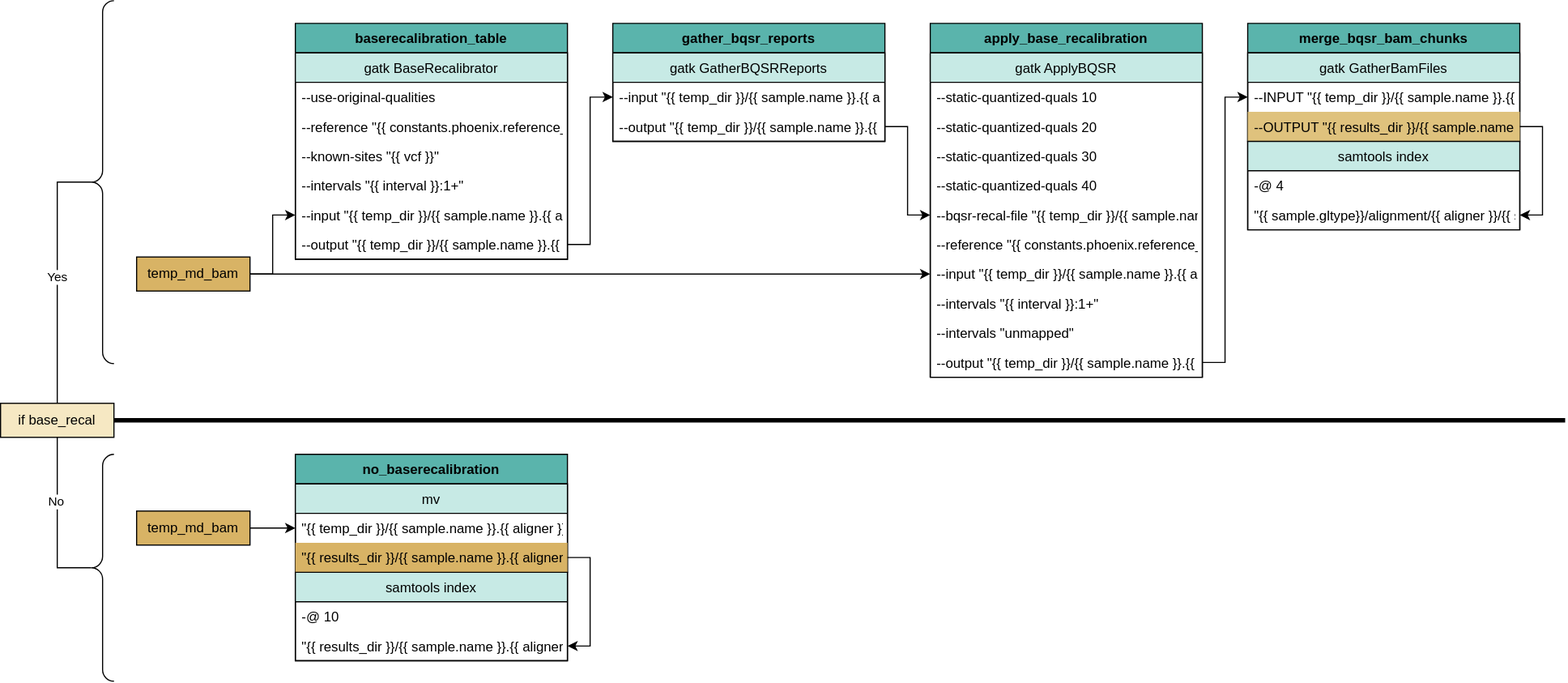
Earlier version of the draw.io export docs/source/phoenix/workflows/embed/Alignment_gatk_baserecalibration.svg (bryce-turner/tgen-jetstream-docs). Source tidied: cells renumbered, new cells last; positions are measured from the earlier drawing's top-left corner, leaving out a move shared by most shapes.
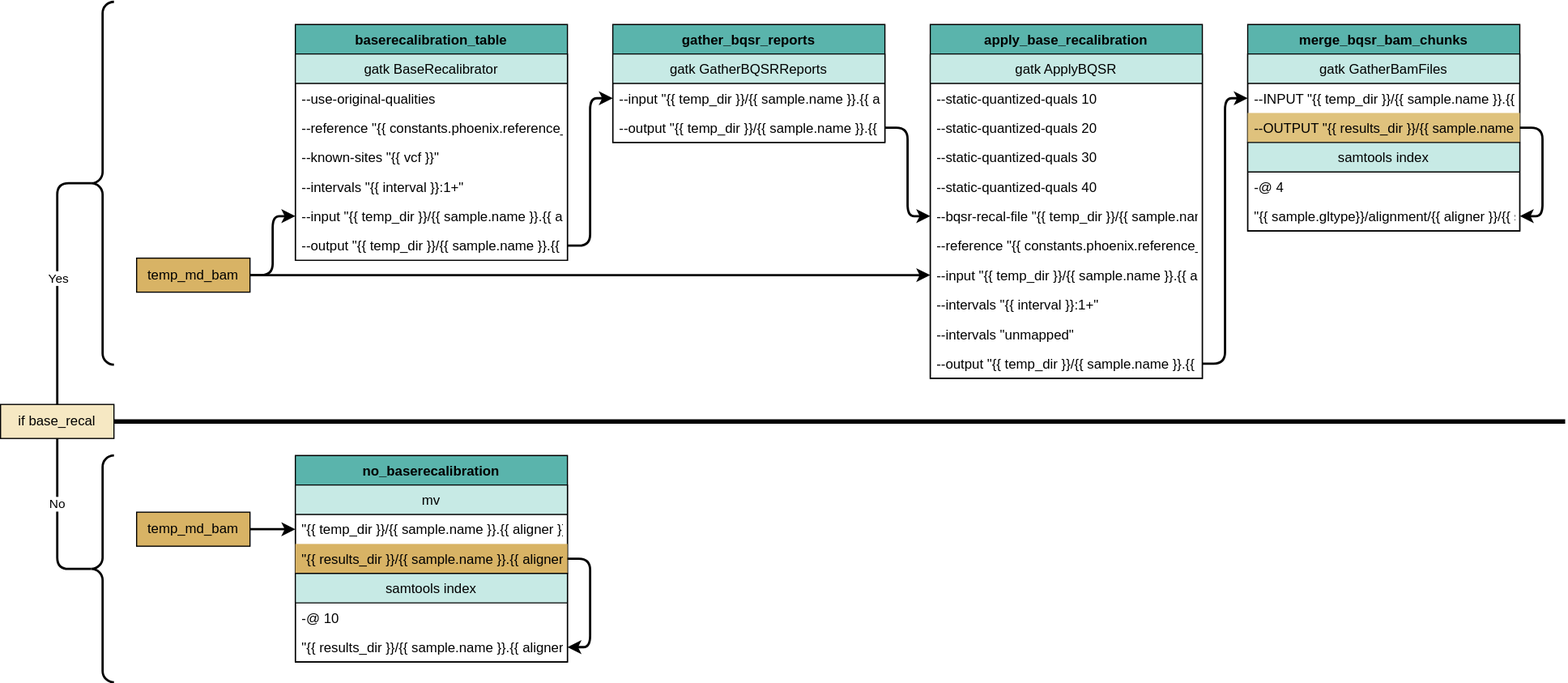
The same diagram one commit later.

Change to the diagram source:
```diff
@@ -2,10 +2,10 @@
   <root>
     <mxCell id="0" />
     <mxCell id="1" parent="0" />
-    <mxCell id="2" style="edgeStyle=orthogonalEdgeStyle;rounded=0;jettySize=auto;html=1;exitX=1;exitY=0.5;exitDx=0;exitDy=0;entryX=0;entryY=0.5;entryDx=0;entryDy=0;" parent="1" edge="1" source="4" target="11">
+    <mxCell id="2" style="edgeStyle=orthogonalEdgeStyle;rounded=1;jettySize=auto;html=1;exitX=1;exitY=0.5;exitDx=0;exitDy=0;entryX=0;entryY=0.5;entryDx=0;entryDy=0;strokeWidth=2;" parent="1" edge="1" source="4" target="11">
       <mxGeometry relative="1" as="geometry" />
     </mxCell>
-    <mxCell id="3" style="edgeStyle=orthogonalEdgeStyle;rounded=0;jettySize=auto;html=1;exitX=1;exitY=0.5;exitDx=0;exitDy=0;entryX=0;entryY=0.5;entryDx=0;entryDy=0;" parent="1" edge="1" source="4" target="26">
+    <mxCell id="3" style="edgeStyle=orthogonalEdgeStyle;rounded=1;jettySize=auto;html=1;exitX=1;exitY=0.5;exitDx=0;exitDy=0;entryX=0;entryY=0.5;entryDx=0;entryDy=0;strokeWidth=2;" parent="1" edge="1" source="4" target="26">
       <mxGeometry relative="1" as="geometry" />
     </mxCell>
     <mxCell id="4" value="temp_md_bam" style="whiteSpace=wrap;html=1;fillColor=#d8b365;" parent="1" vertex="1">
@@ -109,16 +109,16 @@
     <mxCell id="36" value="&quot;{{ sample.gltype}}/alignment/{{ aligner }}/{{ sample.name }}/{{ sample.name }}.{{ aligner }}.bam&quot;" style="text;strokeColor=none;fillColor=none;align=left;verticalAlign=top;spacingLeft=4;spacingRight=4;overflow=hidden;points=[[0,0.5],[1,0.5]];portConstraint=eastwest;" parent="34" vertex="1">
       <mxGeometry y="52" width="240" height="26" as="geometry" />
     </mxCell>
-    <mxCell id="37" style="edgeStyle=orthogonalEdgeStyle;rounded=0;jettySize=auto;html=1;exitX=1;exitY=0.5;exitDx=0;exitDy=0;entryX=1;entryY=0.5;entryDx=0;entryDy=0;" parent="30" edge="1" source="33" target="36">
+    <mxCell id="37" style="edgeStyle=orthogonalEdgeStyle;rounded=1;jettySize=auto;html=1;exitX=1;exitY=0.5;exitDx=0;exitDy=0;entryX=1;entryY=0.5;entryDx=0;entryDy=0;strokeWidth=2;" parent="30" edge="1" source="33" target="36">
       <mxGeometry relative="1" as="geometry" />
     </mxCell>
-    <mxCell id="38" style="edgeStyle=orthogonalEdgeStyle;rounded=0;jettySize=auto;html=1;exitX=1;exitY=0.5;exitDx=0;exitDy=0;entryX=0;entryY=0.5;entryDx=0;entryDy=0;" parent="1" edge="1" source="12" target="15">
+    <mxCell id="38" style="edgeStyle=orthogonalEdgeStyle;rounded=1;jettySize=auto;html=1;exitX=1;exitY=0.5;exitDx=0;exitDy=0;entryX=0;entryY=0.5;entryDx=0;entryDy=0;strokeWidth=2;" parent="1" edge="1" source="12" target="15">
       <mxGeometry relative="1" as="geometry" />
     </mxCell>
-    <mxCell id="39" style="edgeStyle=orthogonalEdgeStyle;rounded=0;jettySize=auto;html=1;exitX=1;exitY=0.5;exitDx=0;exitDy=0;entryX=0;entryY=0.5;entryDx=0;entryDy=0;" parent="1" edge="1" source="16" target="24">
+    <mxCell id="39" style="edgeStyle=orthogonalEdgeStyle;rounded=1;jettySize=auto;html=1;exitX=1;exitY=0.5;exitDx=0;exitDy=0;entryX=0;entryY=0.5;entryDx=0;entryDy=0;strokeWidth=2;" parent="1" edge="1" source="16" target="24">
       <mxGeometry relative="1" as="geometry" />
     </mxCell>
-    <mxCell id="40" style="edgeStyle=orthogonalEdgeStyle;rounded=0;jettySize=auto;html=1;exitX=1;exitY=0.5;exitDx=0;exitDy=0;entryX=0;entryY=0.5;entryDx=0;entryDy=0;" parent="1" edge="1" source="29" target="32">
+    <mxCell id="40" style="edgeStyle=orthogonalEdgeStyle;rounded=1;jettySize=auto;html=1;exitX=1;exitY=0.5;exitDx=0;exitDy=0;entryX=0;entryY=0.5;entryDx=0;entryDy=0;strokeWidth=2;" parent="1" edge="1" source="29" target="32">
       <mxGeometry relative="1" as="geometry" />
     </mxCell>
     <mxCell id="41" value="no_baserecalibration" style="swimlane;fontStyle=1;horizontal=1;startSize=26;fillColor=#5ab4ac;direction=east;" parent="1" vertex="1">
@@ -142,22 +142,22 @@
     <mxCell id="47" value="&quot;{{ results_dir }}/{{ sample.name }}.{{ aligner }}.bam&quot;" style="text;strokeColor=none;fillColor=none;align=left;verticalAlign=top;spacingLeft=4;spacingRight=4;overflow=hidden;points=[[0,0.5],[1,0.5]];portConstraint=eastwest;" parent="45" vertex="1">
       <mxGeometry y="52" width="240" height="26" as="geometry" />
     </mxCell>
-    <mxCell id="48" style="edgeStyle=orthogonalEdgeStyle;rounded=0;jettySize=auto;html=1;exitX=1;exitY=0.5;exitDx=0;exitDy=0;entryX=1;entryY=0.5;entryDx=0;entryDy=0;" parent="41" edge="1" source="44" target="47">
+    <mxCell id="48" style="edgeStyle=orthogonalEdgeStyle;rounded=1;jettySize=auto;html=1;exitX=1;exitY=0.5;exitDx=0;exitDy=0;entryX=1;entryY=0.5;entryDx=0;entryDy=0;strokeWidth=2;" parent="41" edge="1" source="44" target="47">
       <mxGeometry relative="1" as="geometry" />
     </mxCell>
-    <mxCell id="49" style="edgeStyle=orthogonalEdgeStyle;rounded=0;jettySize=auto;html=1;exitX=1;exitY=0.5;exitDx=0;exitDy=0;entryX=0;entryY=0.5;entryDx=0;entryDy=0;" parent="1" edge="1" source="50" target="43">
+    <mxCell id="49" style="edgeStyle=orthogonalEdgeStyle;rounded=1;jettySize=auto;html=1;exitX=1;exitY=0.5;exitDx=0;exitDy=0;entryX=0;entryY=0.5;entryDx=0;entryDy=0;strokeWidth=2;" parent="1" edge="1" source="50" target="43">
       <mxGeometry relative="1" as="geometry" />
     </mxCell>
     <mxCell id="50" value="temp_md_bam" style="whiteSpace=wrap;html=1;fillColor=#d8b365;" parent="1" vertex="1">
       <mxGeometry x="120" y="450" width="100" height="30" as="geometry" />
     </mxCell>
-    <mxCell id="51" style="edgeStyle=orthogonalEdgeStyle;rounded=0;jettySize=auto;html=1;exitX=0.5;exitY=0;exitDx=0;exitDy=0;entryX=0.5;entryY=0.004;entryDx=0;entryDy=0;entryPerimeter=0;endArrow=none;endFill=0;" parent="1" edge="1" source="55" target="57">
+    <mxCell id="51" style="edgeStyle=orthogonalEdgeStyle;rounded=1;jettySize=auto;html=1;exitX=0.5;exitY=0;exitDx=0;exitDy=0;entryX=0.5;entryY=0.004;entryDx=0;entryDy=0;entryPerimeter=0;endArrow=none;endFill=0;strokeWidth=2;" parent="1" edge="1" source="55" target="57">
       <mxGeometry relative="1" as="geometry" />
     </mxCell>
     <mxCell id="52" value="Yes" style="edgeLabel;html=1;align=center;verticalAlign=middle;" parent="51" vertex="1">
       <mxGeometry x="-0.01" relative="1" as="geometry" />
     </mxCell>
-    <mxCell id="53" style="edgeStyle=orthogonalEdgeStyle;rounded=0;jettySize=auto;html=1;exitX=0.5;exitY=1;exitDx=0;exitDy=0;entryX=0.5;entryY=-0.003;entryDx=0;entryDy=0;entryPerimeter=0;endArrow=none;endFill=0;" parent="1" edge="1" source="55" target="58">
+    <mxCell id="53" style="edgeStyle=orthogonalEdgeStyle;rounded=1;jettySize=auto;html=1;exitX=0.5;exitY=1;exitDx=0;exitDy=0;entryX=0.5;entryY=-0.003;entryDx=0;entryDy=0;entryPerimeter=0;endArrow=none;endFill=0;strokeWidth=2;" parent="1" edge="1" source="55" target="58">
       <mxGeometry relative="1" as="geometry" />
     </mxCell>
     <mxCell id="54" value="No" style="edgeLabel;html=1;align=center;verticalAlign=middle;" parent="53" vertex="1">
@@ -169,10 +169,10 @@
     <mxCell id="56" style="line;strokeWidth=4;fillColor=none;align=left;verticalAlign=middle;spacingTop=-1;spacingLeft=3;spacingRight=3;labelPosition=right;fontSize=13;" parent="1" vertex="1">
       <mxGeometry x="100" y="366" width="1280" height="8" as="geometry" />
     </mxCell>
-    <mxCell id="57" style="labelPosition=right;align=left;strokeWidth=1;shape=mxgraph.mockup.markup.curlyBrace;html=1;shadow=0;dashed=0;strokeColor=default;direction=north;fillColor=none;" parent="1" vertex="1">
+    <mxCell id="57" style="labelPosition=right;align=left;strokeWidth=2;shape=mxgraph.mockup.markup.curlyBrace;html=1;shadow=0;dashed=0;strokeColor=default;direction=north;fillColor=none;" parent="1" vertex="1">
       <mxGeometry x="80" width="20" height="320" as="geometry" />
     </mxCell>
-    <mxCell id="58" style="labelPosition=right;align=left;strokeWidth=1;shape=mxgraph.mockup.markup.curlyBrace;html=1;shadow=0;dashed=0;strokeColor=default;direction=north;fillColor=none;" parent="1" vertex="1">
+    <mxCell id="58" style="labelPosition=right;align=left;strokeWidth=2;shape=mxgraph.mockup.markup.curlyBrace;html=1;shadow=0;dashed=0;strokeColor=default;direction=north;fillColor=none;" parent="1" vertex="1">
       <mxGeometry x="80" y="400" width="20" height="200" as="geometry" />
     </mxCell>
   </root>
```
